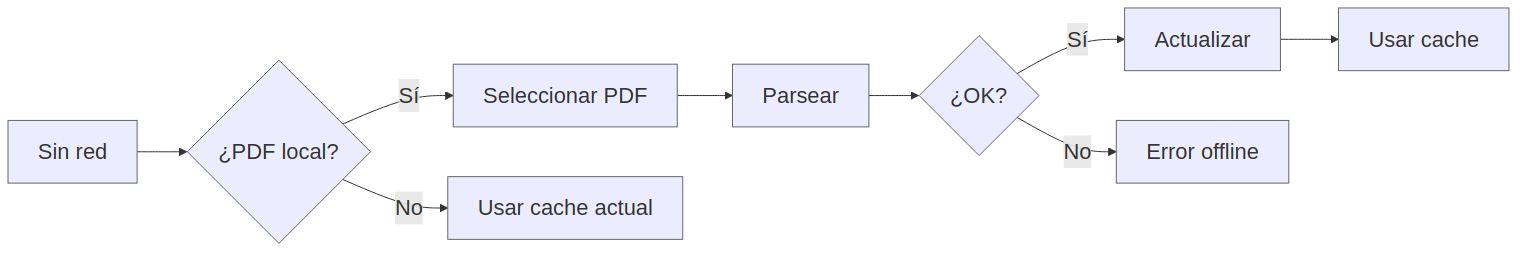
Before: images/diagrams/cap4_f4_pdf_fallback.png, a diagram exported from Mermaid (smith-3/Taller-Grado-II). Its source is kept beside it as images/diagrams/cap4_f4_pdf_fallback.mmd. Its diagram source:
```mermaid
flowchart LR
  A[Sin red] --> B{¿PDF local?}
  B -->|Sí| C[Seleccionar PDF]
  C --> D[Parsear]
  D --> E{¿OK?}
  E -->|Sí| F[Actualizar]
  F --> G[Usar cache]
  E -->|No| H[Error offline]
  B -->|No| I[Usar cache actual]
```
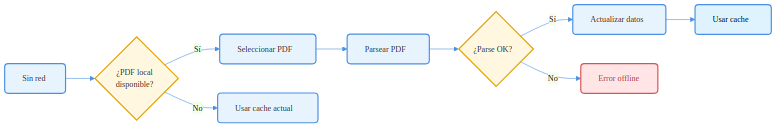
After the commit.

The edit, as a diff of the source:
```diff
@@ -1,9 +1,35 @@
+%%{init: {
+  "theme": "base",
+  "themeVariables": {
+    "fontFamily": "Arial, sans-serif",
+    "fontSize": "14px",
+    "lineColor": "#4A90E2"
+  }
+}}%%
 flowchart LR
-  A[Sin red] --> B{¿PDF local?}
-  B -->|Sí| C[Seleccionar PDF]
-  C --> D[Parsear]
-  D --> E{¿OK?}
-  E -->|Sí| F[Actualizar]
-  F --> G[Usar cache]
-  E -->|No| H[Error offline]
-  B -->|No| I[Usar cache actual]
+    A[Sin red]:::step
+
+    B{¿PDF local<br/>disponible?}:::decision
+
+    C[Seleccionar PDF]:::step
+    D[Parsear PDF]:::step
+
+    E{¿Parse OK?}:::decision
+
+    F[Actualizar datos]:::step
+    G[Usar cache]:::final
+
+    H[Error offline]:::error
+    I[Usar cache actual]:::step
+
+    A --> B
+    B -->|Sí| C --> D --> E
+    B -->|No| I
+
+    E -->|Sí| F --> G
+    E -->|No| H
+
+    classDef step fill:#E8F4FD,stroke:#4A90E2,stroke-width:2px,color:#333,rx:6,ry:6;
+    classDef decision fill:#FFF7E0,stroke:#E0A100,stroke-width:2px,color:#333,rx:6,ry:6;
+    classDef final fill:#DFF3FF,stroke:#4A90E2,stroke-width:2px,color:#000,rx:6,ry:6;
+    classDef error fill:#FFE5E5,stroke:#D9534F,stroke-width:2px,color:#A94442,rx:6,ry:6;
```
